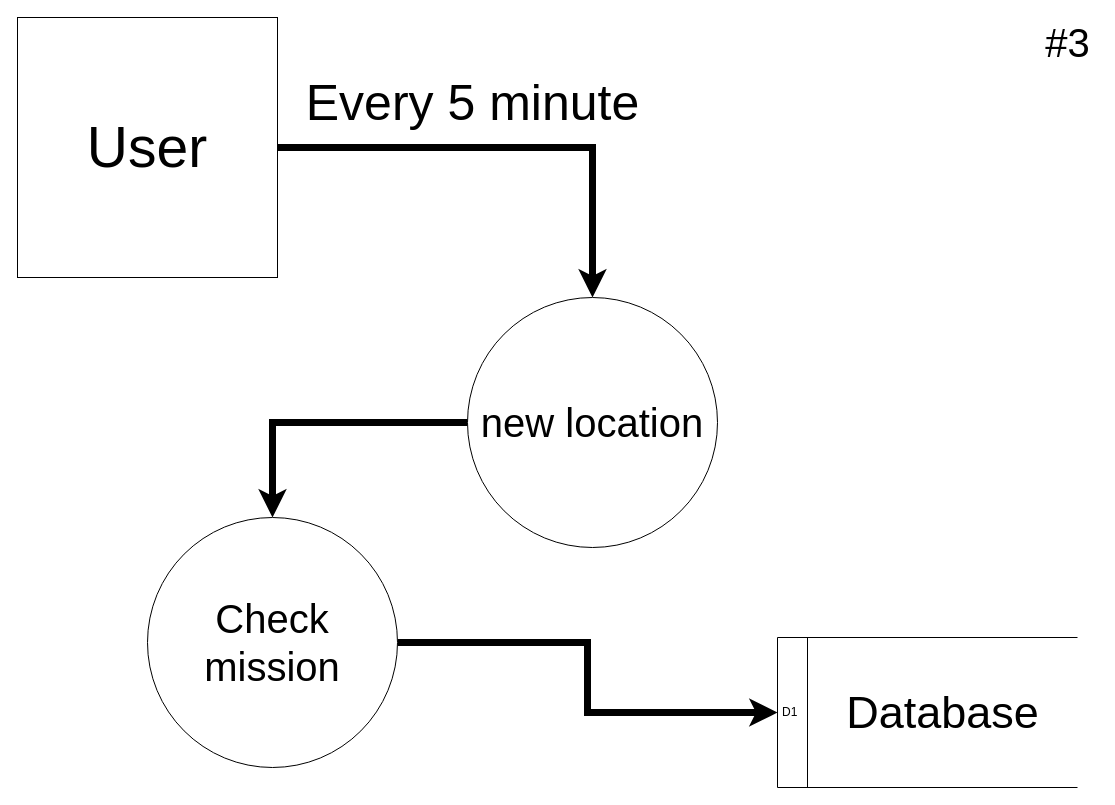
This is page "DFD#3" (4 of 4) of Projects/Tahlil_term3/DFD.drawio from geeksesi/my_university, a draw.io file, before an edit. Source tidied: cells renumbered, new cells numbered last; positions are measured from the earlier drawing's top-left corner, leaving out a move shared by most shapes. Both pictures are drawn from the tidied source at 100%, with x=0, y=0 at pixel (17, 17).
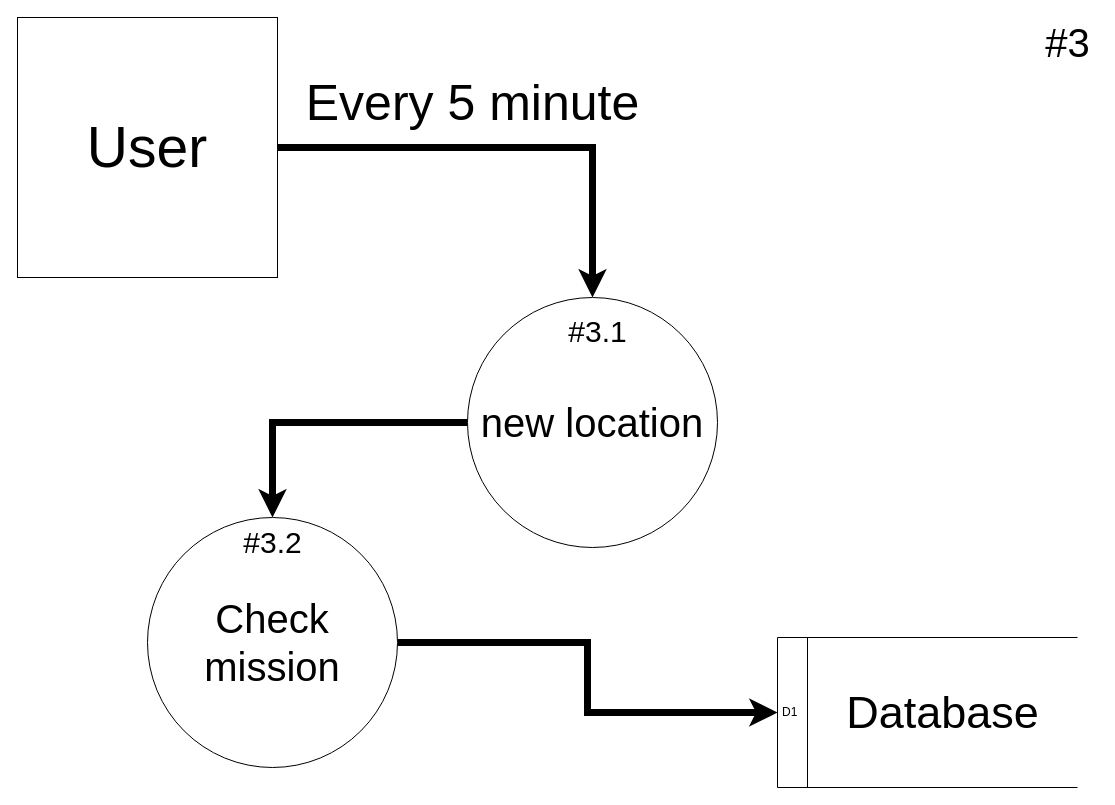
The same diagram, later.

The edit, as a diff of the source:
```diff
@@
 <mxGraphModel>
   <root>
     <mxCell id="0" />
     <mxCell id="1" parent="0" />
     <mxCell id="2" style="edgeStyle=orthogonalEdgeStyle;rounded=0;jettySize=auto;html=1;strokeWidth=7;" parent="1" edge="1" source="3" target="5">
       <mxGeometry relative="1" as="geometry" />
     </mxCell>
     <mxCell id="3" value="&lt;font style=&quot;font-size: 57px&quot;&gt;User&lt;/font&gt;" style="whiteSpace=wrap;html=1;" parent="1" vertex="1">
       <mxGeometry width="260" height="260" as="geometry" />
     </mxCell>
     <mxCell id="4" style="edgeStyle=orthogonalEdgeStyle;rounded=0;jettySize=auto;html=1;entryX=0.5;entryY=0;entryDx=0;entryDy=0;strokeWidth=7;" parent="1" edge="1" source="5" target="10">
       <mxGeometry relative="1" as="geometry" />
     </mxCell>
     <mxCell id="5" value="&lt;font style=&quot;font-size: 40px&quot;&gt;new location&lt;br&gt;&lt;/font&gt;" style="ellipse;whiteSpace=wrap;html=1;" parent="1" vertex="1">
       <mxGeometry x="450" y="280" width="250" height="250" as="geometry" />
     </mxCell>
     <mxCell id="6" value="&lt;font style=&quot;font-size: 50px&quot;&gt;Every 5 minute&lt;br&gt;&lt;/font&gt;" style="text;html=1;align=center;verticalAlign=middle;" parent="1" vertex="1">
       <mxGeometry x="280" y="70" width="350" height="30" as="geometry" />
     </mxCell>
     <mxCell id="7" value="D1" style="dashed=0;whitespace=wrap;shape=mxgraph.dfd.dataStoreID;align=left;spacingLeft=3;points=[[0,0],[0.5,0],[1,0],[0,0.5],[1,0.5],[0,1],[0.5,1],[1,1]];spacingTop=0;html=1;" parent="1" vertex="1">
       <mxGeometry x="760" y="620" width="300" height="150" as="geometry" />
     </mxCell>
     <mxCell id="8" value="&lt;font style=&quot;font-size: 45px&quot;&gt;Database&lt;/font&gt;" style="text;html=1;align=center;verticalAlign=middle;" parent="1" vertex="1">
       <mxGeometry x="820" y="680" width="210" height="30" as="geometry" />
     </mxCell>
     <mxCell id="9" style="edgeStyle=orthogonalEdgeStyle;rounded=0;jettySize=auto;html=1;entryX=0;entryY=0.5;entryDx=0;entryDy=0;strokeWidth=7;" parent="1" edge="1" source="10" target="7">
       <mxGeometry relative="1" as="geometry" />
     </mxCell>
     <mxCell id="10" value="&lt;font style=&quot;font-size: 40px&quot;&gt;Check mission&lt;br&gt;&lt;/font&gt;" style="ellipse;whiteSpace=wrap;html=1;" parent="1" vertex="1">
       <mxGeometry x="130" y="500" width="250" height="250" as="geometry" />
     </mxCell>
     <mxCell id="11" value="&lt;font style=&quot;font-size: 40px&quot;&gt;#3&lt;/font&gt;" style="text;html=1;align=center;verticalAlign=middle;" parent="1" vertex="1">
       <mxGeometry x="1020" y="10" width="60" height="30" as="geometry" />
     </mxCell>
+    <mxCell id="12" value="&lt;font style=&quot;font-size: 30px&quot;&gt;#3.1&lt;/font&gt;" style="text;html=1;align=center;verticalAlign=middle;" parent="1" vertex="1">
+      <mxGeometry x="545" y="299" width="70" height="30" as="geometry" />
+    </mxCell>
+    <mxCell id="13" value="&lt;font style=&quot;font-size: 30px&quot;&gt;#3.2&lt;/font&gt;" style="text;html=1;align=center;verticalAlign=middle;" parent="1" vertex="1">
+      <mxGeometry x="220" y="510" width="70" height="30" as="geometry" />
+    </mxCell>
   </root>
 </mxGraphModel>
```
